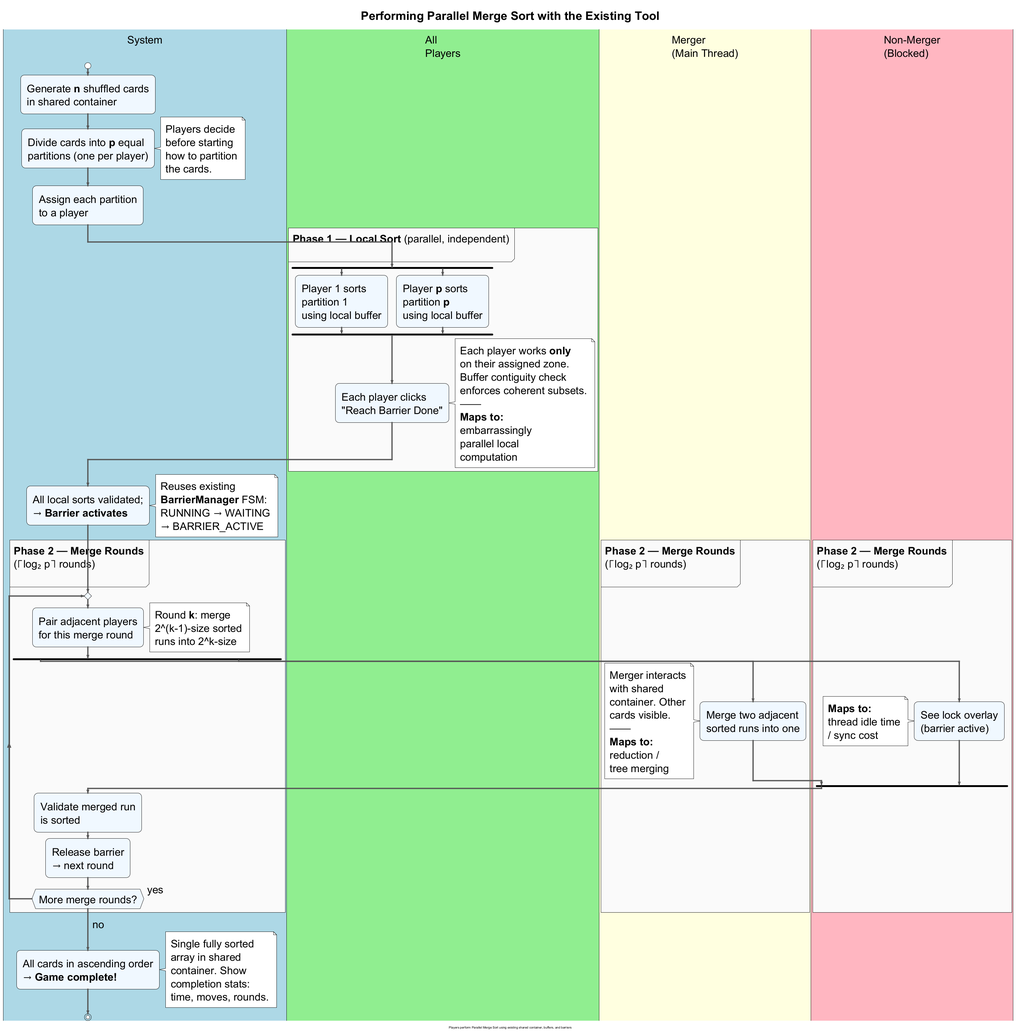
The PlantUML diagram figures/diagrams/parallel-mergesort-game-flow.png in Siponek/HPC-thesis, before a commit.
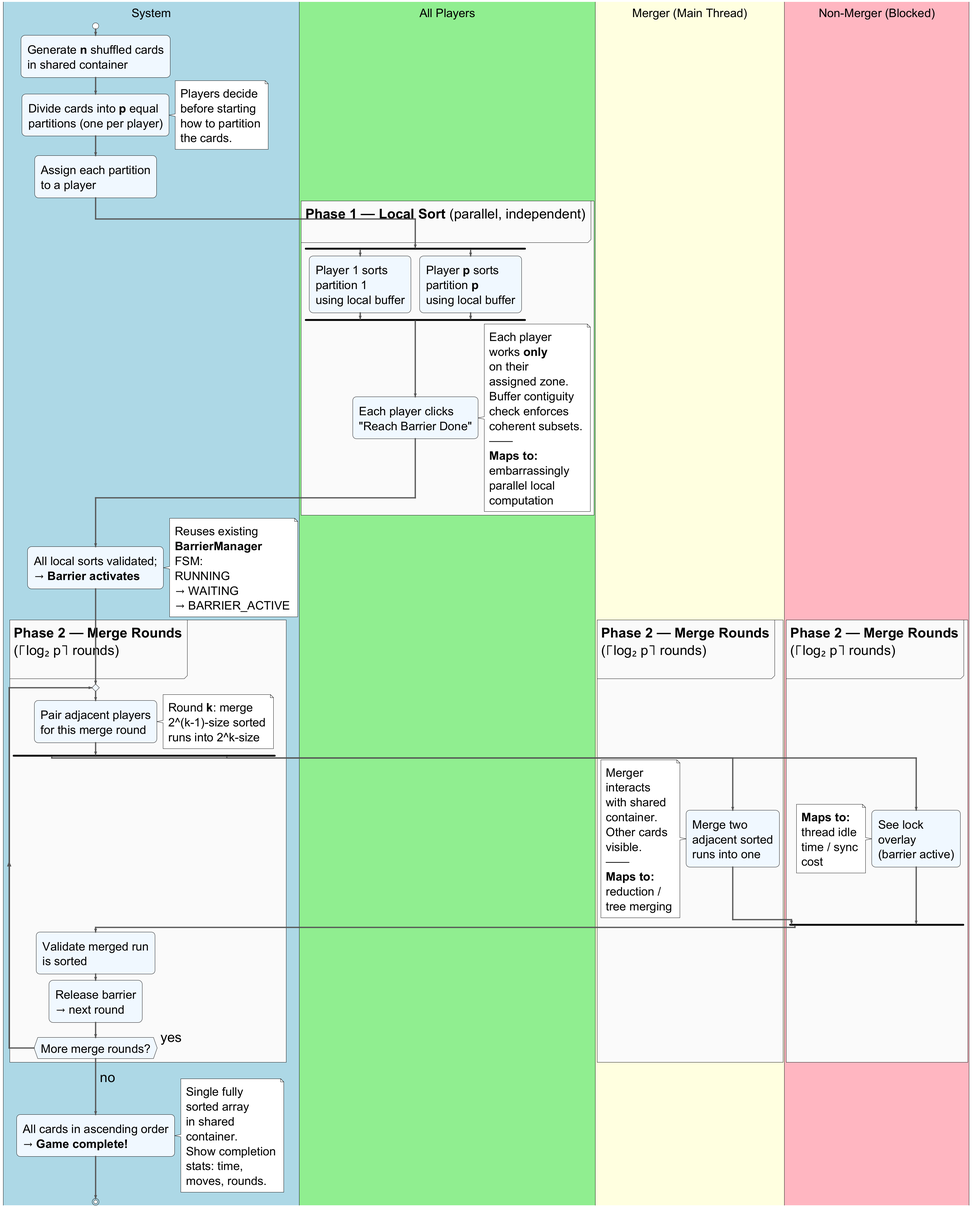
The same diagram one commit later.

Diff of the diagram source:
```diff
@@ -1,13 +1,14 @@
 @startuml parallel-mergesort-game-flow
 !theme plain
 !include ../shared/theme.puml
-
-skinparam defaultFontSize 34
-skinparam TitleFontSize 38
-skinparam SwimlaneTitleFontSize 34
-skinparam NoteFontSize 34
-skinparam ActivityFontSize 34
-skinparam ActivityDiamondFontSize 34
+!pragma useVerticalIf on
+skinparam defaultFontSize 44
+skinparam TitleFontSize 44
+skinparam FooterFontSize 44
+skinparam SwimlaneTitleFontSize 38
+skinparam NoteFontSize 38
+skinparam ActivityFontSize 38
+skinparam ActivityDiamondFontSize 38
 skinparam style strictuml
 skinparam ArrowThickness 4
 
@@ -16,12 +17,11 @@
 skinparam ActivityBackgroundColor #F0F8FF
 skinparam PartitionBackgroundColor #FAFAFA
 
-title Performing Parallel Merge Sort with the Existing Tool
 
 |#LightBlue|System|
-|#LightGreen|All\nPlayers|
-|#LightYellow|Merger\n(Main Thread)|
-|#LightPink|Non-Merger\n(Blocked)|
+|#LightGreen|All Players|
+|#LightYellow|Merger (Main Thread)|
+|#LightPink|Non-Merger (Blocked)|
 
 |System|
 start
@@ -38,7 +38,7 @@
 
 partition "**Phase 1 — Local Sort** (parallel, independent)\n" {
 
-    |All\nPlayers|
+    |All Players|
     fork
         :Player 1 sorts\npartition 1\nusing local buffer;
     fork again
@@ -48,10 +48,13 @@
     :Each player clicks\n"Reach Barrier Done";
 
     note right
-      Each player works **only**
-      on their assigned zone.
-      Buffer contiguity check
-      enforces coherent subsets.
+      Each player
+      works **only**
+      on their
+      assigned zone.
+      Buffer contiguity
+      check enforces
+      coherent subsets.
       ——
       **Maps to:**
       embarrassingly
@@ -64,8 +67,10 @@
 :All local sorts validated;\n→ **Barrier activates**;
 note right
   Reuses existing
-  **BarrierManager** FSM:
-  RUNNING → WAITING
+  **BarrierManager**
+  FSM:
+  RUNNING
+  → WAITING
   → BARRIER_ACTIVE
 end note
 
@@ -79,25 +84,28 @@
         end note
 
         fork
-            |Merger\n(Main Thread)|
-            :Merge two adjacent\nsorted runs into one;
+            |Merger (Main Thread)|
+            :Merge two\nadjacent sorted\nruns into one;
             note left
-              Merger interacts
+              Merger
+              interacts
               with shared
-              container. Other
-              cards visible.
+              container.
+              Other cards
+              visible.
               ——
               **Maps to:**
               reduction /
               tree merging
             end note
         fork again
-            |Non-Merger\n(Blocked)|
-            :See lock overlay\n(barrier active);
+            |Non-Merger (Blocked)|
+            :See lock\noverlay\n(barrier active);
             note left
               **Maps to:**
-              thread idle time
-              / sync cost
+              thread idle
+              time / sync
+              cost
             end note
         end fork
 
@@ -111,14 +119,15 @@
 |System|
 :All cards in ascending order\n→ **Game complete!**;
 note right
-  Single fully sorted
-  array in shared
-  container. Show
-  completion stats:
-  time, moves, rounds.
+  Single fully
+  sorted array
+  in shared
+  container.
+  Show completion
+  stats: time,
+  moves, rounds.
 end note
 stop
 
-center footer Players perform Parallel Merge Sort using existing shared container, buffers, and barriers
 
 @enduml
```
